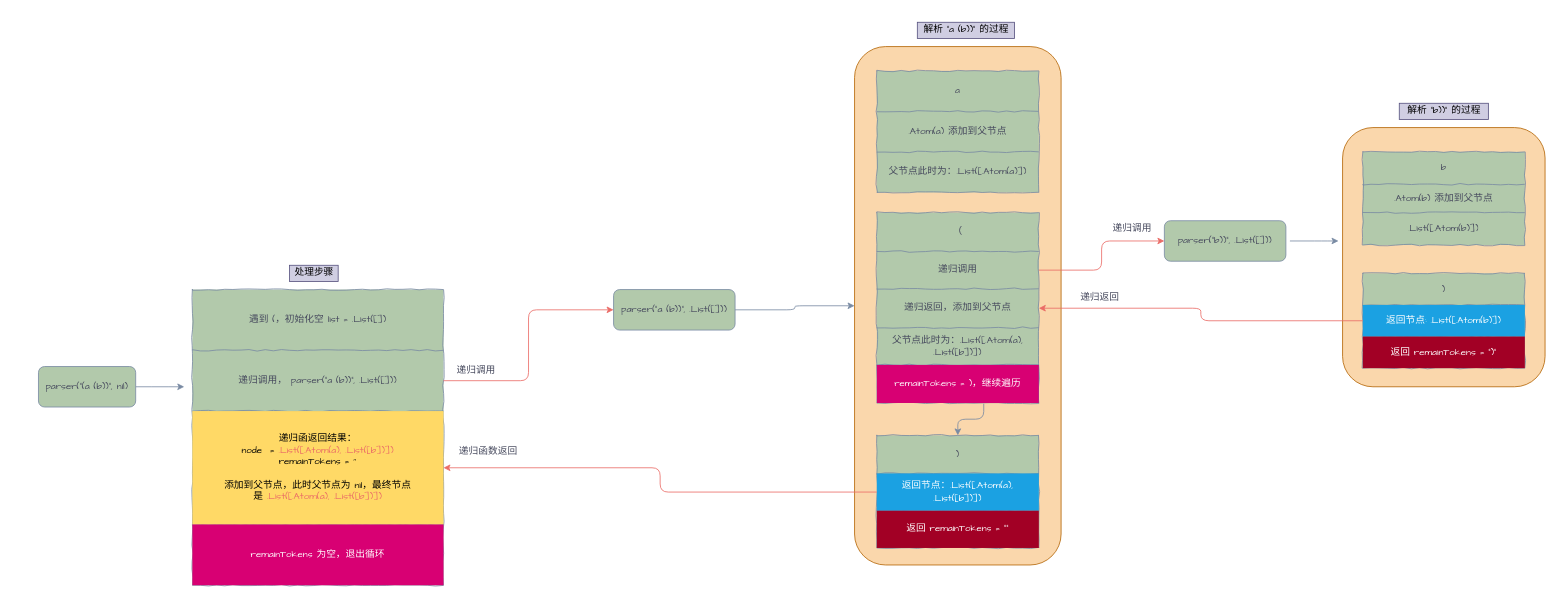
silan-liu/drawio keeps this draw.io diagram as page "parser-example" (2 of 15) of lisp.drawio. Above is the earlier version. Source tidied: cells renumbered, new cells numbered last; positions are measured from the earlier drawing's top-left corner, leaving out a move shared by most shapes. Both pictures are drawn from the tidied source at 81%, with x=0, y=0 at pixel (38, 22).
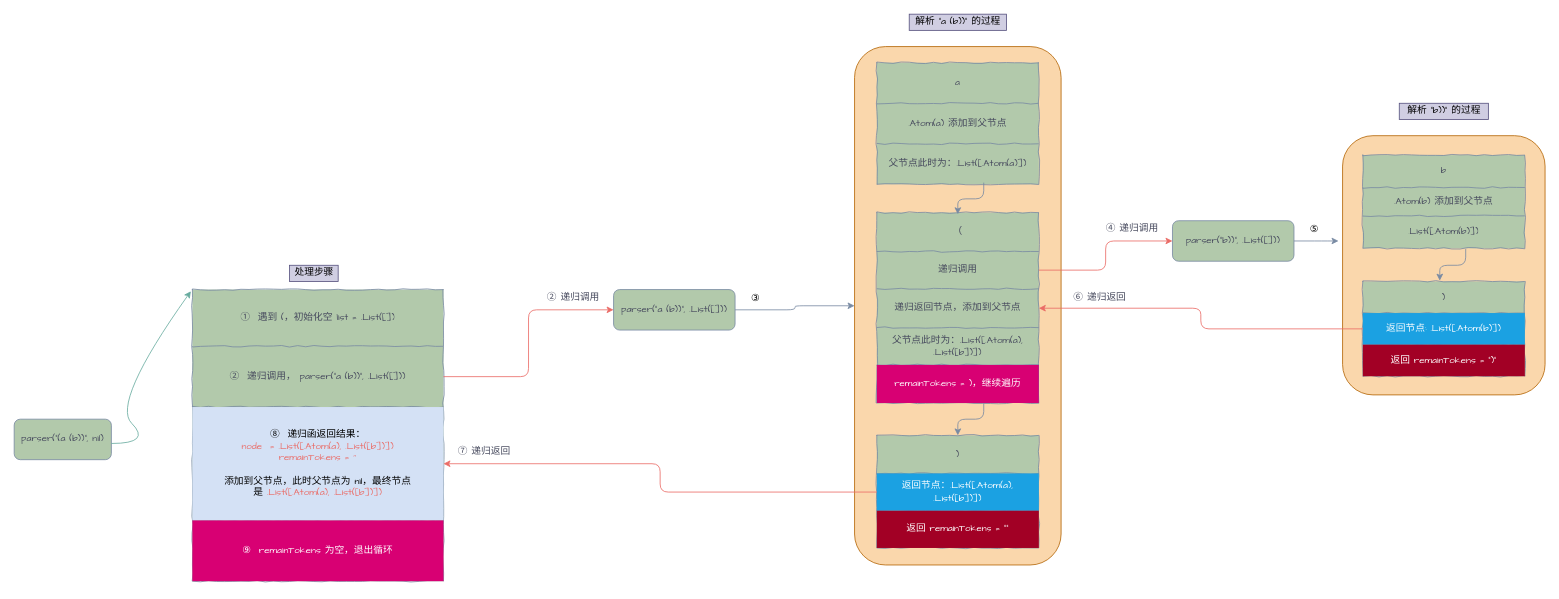
After the change.

The change refers to these unchanged cells:
```xml
<mxCell id="3" style="rounded=1;whiteSpace=wrap;html=1;sketch=0;fontFamily=Comic Sans MS;fillColor=#fad7ac;strokeColor=#b46504;" parent="1" vertex="1">
  <mxGeometry x="1007.5" y="30" width="255" height="640" as="geometry" />
</mxCell>
<mxCell id="37" value="parser(&quot;a (b))&quot;, .List([]))" style="rounded=1;whiteSpace=wrap;html=1;sketch=0;fontFamily=Comic Sans MS;fontColor=#46495D;strokeColor=#788AA3;fillColor=#B2C9AB;" parent="1" vertex="1">
  <mxGeometry x="710" y="330" width="150" height="50" as="geometry" />
</mxCell>
<mxCell id="49" style="shape=partialRectangle;html=1;whiteSpace=wrap;fillColor=none;top=0;left=0;bottom=0;right=0;points=[[0,0.5],[1,0.5]];portConstraint=eastwest;strokeColor=#788AA3;fontColor=#46495D;fontFamily=Comic Sans MS;" parent="44" vertex="1">
  <mxGeometry y="94" width="200" height="48" as="geometry" />
</mxCell>
```

The edit, as a diff of the source:
```diff
@@
     <mxCell id="2" style="rounded=1;whiteSpace=wrap;html=1;sketch=0;fontFamily=Comic Sans MS;fillColor=#fad7ac;strokeColor=#b46504;" parent="1" vertex="1">
-      <mxGeometry x="1610" y="130" width="250" height="320" as="geometry" />
+      <mxGeometry x="1610" y="140" width="250" height="320" as="geometry" />
     </mxCell>
@@
-    <mxCell id="4" style="edgeStyle=orthogonalEdgeStyle;curved=0;rounded=1;sketch=0;jettySize=auto;html=1;fontFamily=Comic Sans MS;fontColor=#46495D;strokeColor=#788AA3;fillColor=#B2C9AB;" parent="1" edge="1" source="5">
-      <mxGeometry relative="1" as="geometry">
-        <mxPoint x="180" y="450" as="targetPoint" />
-      </mxGeometry>
-    </mxCell>
     <mxCell id="5" value="parser(&quot;(a (b))&quot;, nil)" style="rounded=1;whiteSpace=wrap;html=1;sketch=0;fontFamily=Comic Sans MS;fontColor=#46495D;strokeColor=#788AA3;fillColor=#B2C9AB;" parent="1" vertex="1">
-      <mxGeometry y="425" width="120" height="50" as="geometry" />
+      <mxGeometry x="-30" y="490" width="120" height="50" as="geometry" />
     </mxCell>
     <mxCell id="6" style="shape=table;html=1;whiteSpace=wrap;startSize=0;childLayout=tableLayout;fillColor=#B2C9AB;strokeColor=#788AA3;fontColor=#46495D;comic=1;fontFamily=Comic Sans MS;" parent="1" vertex="1">
-      <mxGeometry x="190" y="330" width="310" height="365" as="geometry" />
+      <mxGeometry x="190" y="330" width="310" height="360" as="geometry" />
     </mxCell>
     <mxCell id="7" style="shape=partialRectangle;html=1;whiteSpace=wrap;fillColor=none;top=0;left=0;bottom=0;right=0;points=[[0,0.5],[1,0.5]];portConstraint=eastwest;strokeColor=#788AA3;fontColor=#46495D;fontFamily=Comic Sans MS;" parent="6" vertex="1">
-      <mxGeometry width="310" height="75" as="geometry" />
+      <mxGeometry width="310" height="70" as="geometry" />
     </mxCell>
-    <mxCell id="8" value="遇到 (，初始化空 list = .List([])" style="shape=partialRectangle;html=1;whiteSpace=wrap;overflow=hidden;fillColor=none;top=0;left=0;bottom=0;right=0;strokeColor=#788AA3;fontColor=#46495D;fontFamily=Comic Sans MS;" parent="7" vertex="1">
-      <mxGeometry width="310" height="75" as="geometry" />
+    <mxCell id="8" value="①&amp;nbsp; 遇到 (，初始化空 list = .List([])" style="shape=partialRectangle;html=1;whiteSpace=wrap;overflow=hidden;fillColor=none;top=0;left=0;bottom=0;right=0;strokeColor=#788AA3;fontColor=#46495D;fontFamily=Comic Sans MS;" parent="7" vertex="1">
+      <mxGeometry width="310" height="70" as="geometry" />
     </mxCell>
     <mxCell id="9" style="shape=partialRectangle;html=1;whiteSpace=wrap;fillColor=none;top=0;left=0;bottom=0;right=0;points=[[0,0.5],[1,0.5]];portConstraint=eastwest;strokeColor=#788AA3;fontColor=#46495D;fontFamily=Comic Sans MS;" parent="6" vertex="1">
-      <mxGeometry y="75" width="310" height="75" as="geometry" />
+      <mxGeometry y="70" width="310" height="75" as="geometry" />
     </mxCell>
-    <mxCell id="10" value="递归调用，&amp;nbsp;parser(&quot;a (b))&quot;, .List([]))" style="shape=partialRectangle;html=1;whiteSpace=wrap;overflow=hidden;fillColor=none;top=0;left=0;bottom=0;right=0;strokeColor=#788AA3;fontColor=#46495D;fontFamily=Comic Sans MS;" parent="9" vertex="1">
+    <mxCell id="10" value="②&amp;nbsp; 递归调用，&amp;nbsp;parser(&quot;a (b))&quot;, .List([]))" style="shape=partialRectangle;html=1;whiteSpace=wrap;overflow=hidden;fillColor=none;top=0;left=0;bottom=0;right=0;strokeColor=#788AA3;fontColor=#46495D;fontFamily=Comic Sans MS;" parent="9" vertex="1">
       <mxGeometry width="310" height="75" as="geometry" />
     </mxCell>
     <mxCell id="11" style="shape=partialRectangle;html=1;whiteSpace=wrap;fillColor=none;top=0;left=0;bottom=0;right=0;points=[[0,0.5],[1,0.5]];portConstraint=eastwest;strokeColor=#788AA3;fontColor=#46495D;fontFamily=Comic Sans MS;" parent="6" vertex="1">
-      <mxGeometry y="150" width="310" height="140" as="geometry" />
+      <mxGeometry y="145" width="310" height="140" as="geometry" />
     </mxCell>
-    <mxCell id="12" value="递归函返回结果：&lt;br&gt;node&amp;nbsp; = &lt;font color=&quot;#ea6b66&quot;&gt;.List([.Atom(a), .List([b])])&lt;br&gt;&lt;/font&gt;remainTokens = ''&lt;br&gt;&lt;br&gt;添加到父节点，此时父节点为 nil，最终节点是&amp;nbsp;&lt;span style=&quot;color: rgb(234 , 107 , 102)&quot;&gt;.List([.Atom(a), .List([b])])&lt;/span&gt;" style="shape=partialRectangle;html=1;whiteSpace=wrap;overflow=hidden;top=0;left=0;bottom=0;right=0;strokeColor=#23445d;fontFamily=Comic Sans MS;fillColor=#FFD966;" parent="11" vertex="1">
+    <mxCell id="12" value="⑧&amp;nbsp; 递归函返回结果：&lt;br&gt;&lt;font color=&quot;#ea6b66&quot;&gt;node&amp;nbsp; = .List([.Atom(a), .List([b])])&lt;br&gt;remainTokens = ''&lt;/font&gt;&lt;br&gt;&lt;br&gt;添加到父节点，此时父节点为 nil，最终节点是&amp;nbsp;&lt;span style=&quot;color: rgb(234 , 107 , 102)&quot;&gt;.List([.Atom(a), .List([b])])&lt;/span&gt;" style="shape=partialRectangle;html=1;whiteSpace=wrap;overflow=hidden;top=0;left=0;bottom=0;right=0;strokeColor=#23445d;fontFamily=Comic Sans MS;fillColor=#D4E1F5;" parent="11" vertex="1">
       <mxGeometry width="310" height="140" as="geometry" />
     </mxCell>
     <mxCell id="13" style="shape=partialRectangle;html=1;whiteSpace=wrap;fillColor=none;top=0;left=0;bottom=0;right=0;strokeColor=#788AA3;fontColor=#46495D;fontFamily=Comic Sans MS;" parent="6" vertex="1">
-      <mxGeometry y="290" width="310" height="75" as="geometry" />
+      <mxGeometry y="285" width="310" height="75" as="geometry" />
     </mxCell>
-    <mxCell id="14" value="remainTokens 为空，退出循环" style="shape=partialRectangle;html=1;whiteSpace=wrap;overflow=hidden;fillColor=#d80073;top=0;left=0;bottom=0;right=0;strokeColor=#A50040;fontColor=#ffffff;fontFamily=Comic Sans MS;" parent="13" vertex="1">
+    <mxCell id="14" value="⑨&amp;nbsp; remainTokens 为空，退出循环" style="shape=partialRectangle;html=1;whiteSpace=wrap;overflow=hidden;fillColor=#d80073;top=0;left=0;bottom=0;right=0;strokeColor=#A50040;fontColor=#ffffff;fontFamily=Comic Sans MS;" parent="13" vertex="1">
       <mxGeometry width="310" height="75" as="geometry" />
     </mxCell>
     <mxCell id="15" style="shape=table;html=1;whiteSpace=wrap;startSize=0;childLayout=tableLayout;fillColor=#B2C9AB;strokeColor=#788AA3;fontColor=#46495D;fontFamily=Comic Sans MS;comic=1;" parent="1" vertex="1">
-      <mxGeometry x="1035" y="60" width="200" height="150" as="geometry" />
+      <mxGeometry x="1035" y="50" width="200" height="150" as="geometry" />
     </mxCell>
@@
     <mxCell id="22" style="shape=table;html=1;whiteSpace=wrap;startSize=0;childLayout=tableLayout;fillColor=#B2C9AB;strokeColor=#788AA3;fontColor=#46495D;fontFamily=Comic Sans MS;comic=1;" parent="1" vertex="1">
-      <mxGeometry x="1635" y="160" width="200" height="115" as="geometry" />
+      <mxGeometry x="1635" y="164" width="200" height="115" as="geometry" />
     </mxCell>
@@
     <mxCell id="36" style="edgeStyle=orthogonalEdgeStyle;curved=0;rounded=1;sketch=0;jettySize=auto;html=1;entryX=0;entryY=0.5;entryDx=0;entryDy=0;fontFamily=Comic Sans MS;fontColor=#46495D;strokeColor=#788AA3;fillColor=#B2C9AB;" parent="1" edge="1" source="37" target="3">
-      <mxGeometry relative="1" as="geometry" />
+      <mxGeometry relative="1" as="geometry">
+        <Array as="points">
+          <mxPoint x="934" y="355" />
+          <mxPoint x="934" y="350" />
+        </Array>
+      </mxGeometry>
     </mxCell>
@@
-    <mxCell id="40" value="递归函数返回" style="text;html=1;align=center;verticalAlign=middle;strokeColor=none;fontFamily=Comic Sans MS;fontColor=#46495D;" parent="1" vertex="1">
-      <mxGeometry x="510" y="520" width="90" height="20" as="geometry" />
+    <mxCell id="40" value="⑦ 递归返回" style="text;html=1;align=center;verticalAlign=middle;strokeColor=none;fontFamily=Comic Sans MS;fontColor=#46495D;" parent="1" vertex="1">
+      <mxGeometry x="510" y="520" width="80" height="20" as="geometry" />
     </mxCell>
     <mxCell id="41" value="解析 &quot;a (b))&quot; 的过程" style="text;html=1;align=center;verticalAlign=middle;strokeColor=#56517e;fontFamily=Comic Sans MS;fillColor=#d0cee2;" parent="1" vertex="1">
-      <mxGeometry x="1085" width="120" height="20" as="geometry" />
+      <mxGeometry x="1075" y="-10" width="120" height="20" as="geometry" />
     </mxCell>
@@
-    <mxCell id="43" value="递归调用" style="text;html=1;align=center;verticalAlign=middle;strokeColor=none;fontFamily=Comic Sans MS;fontColor=#46495D;" parent="1" vertex="1">
-      <mxGeometry x="510" y="420" width="60" height="20" as="geometry" />
+    <mxCell id="43" value="② 递归调用" style="text;html=1;align=center;verticalAlign=middle;strokeColor=none;fontFamily=Comic Sans MS;fontColor=#46495D;" parent="1" vertex="1">
+      <mxGeometry x="620" y="330" width="80" height="20" as="geometry" />
     </mxCell>
@@
-    <mxCell id="50" value="递归返回，添加到父节点" style="shape=partialRectangle;html=1;whiteSpace=wrap;overflow=hidden;fillColor=none;top=0;left=0;bottom=0;right=0;strokeColor=#788AA3;fontColor=#46495D;fontFamily=Comic Sans MS;" parent="49" vertex="1">
+    <mxCell id="50" value="递归返回节点，添加到父节点" style="shape=partialRectangle;html=1;whiteSpace=wrap;overflow=hidden;fillColor=none;top=0;left=0;bottom=0;right=0;strokeColor=#788AA3;fontColor=#46495D;fontFamily=Comic Sans MS;" parent="49" vertex="1">
       <mxGeometry width="200" height="48" as="geometry" />
     </mxCell>
@@
     <mxCell id="57" value="parser(&quot;b))&quot;, .List([]))" style="rounded=1;whiteSpace=wrap;html=1;sketch=0;fontFamily=Comic Sans MS;fontColor=#46495D;strokeColor=#788AA3;fillColor=#B2C9AB;" parent="1" vertex="1">
-      <mxGeometry x="1390" y="245" width="150" height="50" as="geometry" />
+      <mxGeometry x="1400" y="245" width="150" height="50" as="geometry" />
     </mxCell>
     <mxCell id="58" style="shape=table;html=1;whiteSpace=wrap;startSize=0;childLayout=tableLayout;fillColor=#B2C9AB;strokeColor=#788AA3;fontColor=#46495D;fontFamily=Comic Sans MS;comic=1;" parent="1" vertex="1">
-      <mxGeometry x="1635" y="310" width="200" height="117" as="geometry" />
+      <mxGeometry x="1635" y="320" width="200" height="117" as="geometry" />
     </mxCell>
@@
-    <mxCell id="67" value="递归返回" style="text;html=1;align=center;verticalAlign=middle;strokeColor=none;fontFamily=Comic Sans MS;fontColor=#46495D;" parent="1" vertex="1">
-      <mxGeometry x="1280" y="330" width="60" height="20" as="geometry" />
+    <mxCell id="67" value="⑥ 递归返回" style="text;html=1;align=center;verticalAlign=middle;strokeColor=none;fontFamily=Comic Sans MS;fontColor=#46495D;" parent="1" vertex="1">
+      <mxGeometry x="1270" y="330" width="80" height="20" as="geometry" />
     </mxCell>
-    <mxCell id="68" value="递归调用" style="text;html=1;align=center;verticalAlign=middle;strokeColor=none;fontFamily=Comic Sans MS;fontColor=#46495D;" parent="1" vertex="1">
-      <mxGeometry x="1320" y="245" width="60" height="20" as="geometry" />
+    <mxCell id="68" value="④ 递归调用" style="text;html=1;align=center;verticalAlign=middle;strokeColor=none;fontFamily=Comic Sans MS;fontColor=#46495D;" parent="1" vertex="1">
+      <mxGeometry x="1310" y="245" width="80" height="20" as="geometry" />
     </mxCell>
@@
+    <mxCell id="70" value="③" style="text;html=1;align=center;verticalAlign=middle;strokeColor=none;" parent="1" vertex="1">
+      <mxGeometry x="870" y="330" width="30" height="20" as="geometry" />
+    </mxCell>
+    <mxCell id="71" value="⑤" style="text;html=1;align=center;verticalAlign=middle;strokeColor=none;" parent="1" vertex="1">
+      <mxGeometry x="1560" y="245" width="30" height="20" as="geometry" />
+    </mxCell>
+    <mxCell id="72" style="edgeStyle=elbowEdgeStyle;elbow=vertical;endArrow=classic;html=1;fontFamily=Comic Sans MS;fontColor=#46495D;strokeColor=#788AA3;fillColor=#B2C9AB;align=center;exitX=0.66;exitY=1.021;exitDx=0;exitDy=0;exitPerimeter=0;" parent="1" edge="1">
+      <mxGeometry relative="1" as="geometry">
+        <mxPoint x="1167" y="198" as="sourcePoint" />
+        <mxPoint x="1135" y="237" as="targetPoint" />
+      </mxGeometry>
+    </mxCell>
+    <mxCell id="73" style="edgeStyle=elbowEdgeStyle;elbow=vertical;endArrow=classic;html=1;fontFamily=Comic Sans MS;fontColor=#46495D;strokeColor=#788AA3;fillColor=#B2C9AB;align=center;exitX=0.66;exitY=1.021;exitDx=0;exitDy=0;exitPerimeter=0;" parent="1" edge="1">
+      <mxGeometry relative="1" as="geometry">
+        <mxPoint x="1762" y="280" as="sourcePoint" />
+        <mxPoint x="1730" y="319" as="targetPoint" />
+      </mxGeometry>
+    </mxCell>
+    <mxCell id="74" style="curved=1;endArrow=classic;html=1;entryX=-0.006;entryY=0.029;entryDx=0;entryDy=0;entryPerimeter=0;strokeColor=#67AB9F;" parent="1" edge="1" target="7">
+      <mxGeometry relative="1" as="geometry">
+        <mxPoint x="90" y="520" as="sourcePoint" />
+        <Array as="points">
+          <mxPoint x="140" y="520" />
+          <mxPoint x="90" y="470" />
+        </Array>
+      </mxGeometry>
+    </mxCell>
```
